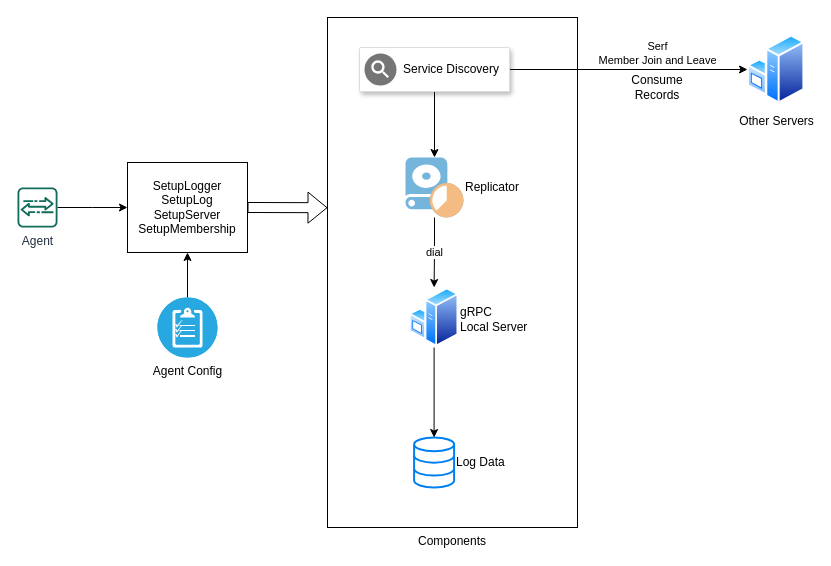
Before: page "Service Discovery" (4 of 5) of DistributedServicesWithGo/documents/DistributedServicesWithGo.drawio in utwoo/DistributedServicesWithGo, a draw.io diagram. Source tidied: cells renumbered, new cells numbered last; positions are measured from the earlier drawing's top-left corner, leaving out a move shared by most shapes. Both pictures are drawn from the tidied source at 100%, with x=0, y=0 at pixel (17, 17).
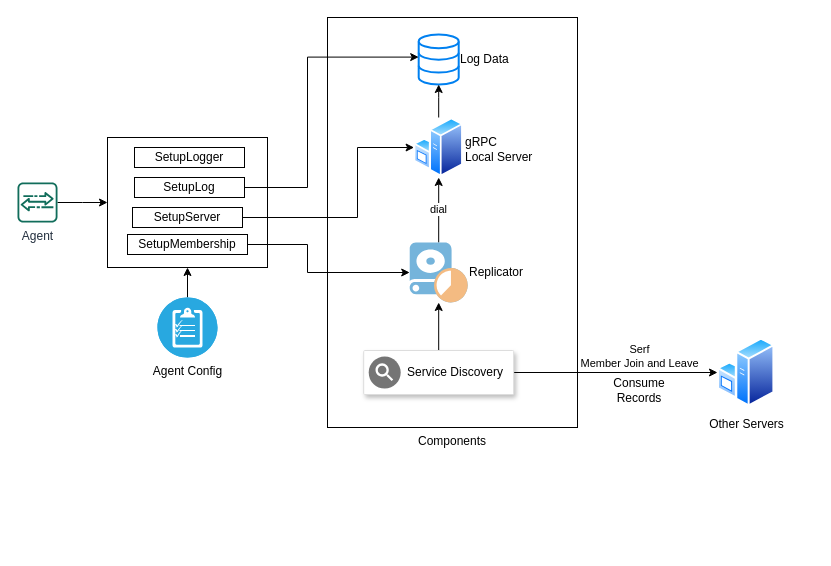
The same page after the edit.

Unchanged cells that the change refers to:
```xml
<mxCell id="7" value="Agent Config" style="fillColor=#28A8E0;verticalLabelPosition=bottom;html=1;strokeColor=#ffffff;verticalAlign=top;align=center;points=[[0.145,0.145,0],[0.5,0,0],[0.855,0.145,0],[1,0.5,0],[0.855,0.855,0],[0.5,1,0],[0.145,0.855,0],[0,0.5,0]];shape=mxgraph.cisco_safe.compositeIcon;bgIcon=ellipse;resIcon=mxgraph.cisco_safe.capability.policy_configuration;" parent="1" vertex="1">
  <mxGeometry x="140" y="280" width="60" height="60" as="geometry" />
</mxCell>
```

Change to the diagram source:
```diff
@@
+    <mxCell id="21" style="rounded=0;whiteSpace=wrap;html=1;" parent="1" vertex="1">
+      <mxGeometry x="90" y="120" width="160" height="130" as="geometry" />
+    </mxCell>
     <mxCell id="2" value="Components" style="rounded=0;whiteSpace=wrap;html=1;labelPosition=center;verticalLabelPosition=bottom;align=center;verticalAlign=top;" parent="1" vertex="1">
-      <mxGeometry x="310" width="250" height="510" as="geometry" />
+      <mxGeometry x="310" width="250" height="410" as="geometry" />
     </mxCell>
-    <mxCell id="3" style="edgeStyle=orthogonalEdgeStyle;rounded=0;jettySize=auto;html=1;entryX=0;entryY=0.5;entryDx=0;entryDy=0;" parent="1" edge="1" source="4" target="5">
-      <mxGeometry relative="1" as="geometry" />
-    </mxCell>
+    <mxCell id="22" style="edgeStyle=orthogonalEdgeStyle;rounded=0;jettySize=auto;html=1;entryX=0;entryY=0.5;entryDx=0;entryDy=0;" parent="1" edge="1" source="4" target="21">
+      <mxGeometry relative="1" as="geometry" />
+    </mxCell>
     <mxCell id="4" value="Agent" style="outlineConnect=0;fontColor=#232F3E;gradientColor=none;fillColor=#116D5B;strokeColor=none;dashed=0;verticalLabelPosition=bottom;verticalAlign=top;align=center;html=1;fontSize=12;fontStyle=0;shape=mxgraph.aws4.agent2;" parent="1" vertex="1">
-      <mxGeometry y="170" width="40" height="40" as="geometry" />
+      <mxGeometry y="165" width="40" height="40" as="geometry" />
     </mxCell>
+    <mxCell id="23" style="edgeStyle=orthogonalEdgeStyle;rounded=0;jettySize=auto;html=1;" parent="1" edge="1" source="5" target="12">
+      <mxGeometry relative="1" as="geometry">
+        <Array as="points">
+          <mxPoint x="290" y="227" />
+          <mxPoint x="290" y="255" />
+        </Array>
+      </mxGeometry>
+    </mxCell>
-    <mxCell id="5" value="SetupLogger&lt;br&gt;SetupLog&lt;br&gt;SetupServer&lt;br&gt;SetupMembership" style="rounded=0;whiteSpace=wrap;html=1;" parent="1" vertex="1">
-      <mxGeometry x="110" y="145" width="120" height="90" as="geometry" />
+    <mxCell id="5" value="SetupMembership" style="rounded=0;whiteSpace=wrap;html=1;" parent="1" vertex="1">
+      <mxGeometry x="110" y="217" width="120" height="20" as="geometry" />
     </mxCell>
-    <mxCell id="6" style="edgeStyle=orthogonalEdgeStyle;rounded=0;jettySize=auto;html=1;entryX=0.5;entryY=1;entryDx=0;entryDy=0;" parent="1" edge="1" source="7" target="5">
-      <mxGeometry relative="1" as="geometry" />
-    </mxCell>
+    <mxCell id="24" style="edgeStyle=orthogonalEdgeStyle;rounded=0;jettySize=auto;html=1;entryX=0.5;entryY=1;entryDx=0;entryDy=0;" parent="1" edge="1" source="7" target="21">
+      <mxGeometry relative="1" as="geometry" />
+    </mxCell>
@@
     <mxCell id="8" value="Log Data" style="html=1;verticalLabelPosition=middle;align=left;labelBackgroundColor=#ffffff;verticalAlign=middle;strokeWidth=2;strokeColor=#0080F0;shadow=0;dashed=0;shape=mxgraph.ios7.icons.data;labelPosition=right;" parent="1" vertex="1">
-      <mxGeometry x="396.6" y="420" width="40" height="50" as="geometry" />
+      <mxGeometry x="401.2" y="17" width="40" height="50" as="geometry" />
     </mxCell>
@@
     <mxCell id="10" value="gRPC &lt;br&gt;Local Server" style="perimeter=ellipsePerimeter;html=1;align=left;shadow=0;dashed=0;spacingTop=3;image;image=img/lib/active_directory/windows_server.svg;labelPosition=right;verticalLabelPosition=middle;verticalAlign=middle;" parent="1" vertex="1">
-      <mxGeometry x="392" y="270" width="49.2" height="60" as="geometry" />
+      <mxGeometry x="396.6" y="100" width="49.2" height="60" as="geometry" />
     </mxCell>
@@
     <mxCell id="12" value="Replicator" style="shadow=0;dashed=0;html=1;strokeColor=none;fillColor=#75B4DB;labelPosition=right;verticalLabelPosition=middle;verticalAlign=middle;align=left;outlineConnect=0;shape=mxgraph.veeam.volume_shadow_copy;" parent="1" vertex="1">
-      <mxGeometry x="388" y="140" width="58" height="60" as="geometry" />
+      <mxGeometry x="392.2" y="225" width="58" height="60" as="geometry" />
     </mxCell>
@@
     <mxCell id="16" style="strokeColor=#dddddd;shadow=1;strokeWidth=1;rounded=1;absoluteArcSize=1;arcSize=2;" parent="1" vertex="1">
-      <mxGeometry x="342" y="30" width="150" height="44" as="geometry" />
+      <mxGeometry x="346.2" y="333" width="150" height="44" as="geometry" />
     </mxCell>
@@
-    <mxCell id="18" style="shape=flexArrow;endArrow=classic;html=1;exitX=1;exitY=0.5;exitDx=0;exitDy=0;entryX=0;entryY=0.373;entryDx=0;entryDy=0;entryPerimeter=0;" parent="1" edge="1" source="5" target="2">
-      <mxGeometry relative="1" as="geometry" />
-    </mxCell>
     <mxCell id="19" value="Other Servers" style="perimeter=ellipsePerimeter;html=1;align=center;shadow=0;dashed=0;spacingTop=3;image;image=img/lib/active_directory/windows_server.svg;" parent="1" vertex="1">
-      <mxGeometry x="730" y="17" width="57.4" height="70" as="geometry" />
+      <mxGeometry x="700" y="320" width="57.4" height="70" as="geometry" />
     </mxCell>
     <mxCell id="20" value="Consume Records" style="text;html=1;strokeColor=none;fillColor=none;align=center;verticalAlign=middle;whiteSpace=wrap;rounded=0;" parent="1" vertex="1">
-      <mxGeometry x="620" y="60" width="40" height="20" as="geometry" />
+      <mxGeometry x="602" y="363" width="40" height="20" as="geometry" />
     </mxCell>
+    <mxCell id="25" value="SetupLogger" style="rounded=0;whiteSpace=wrap;html=1;" parent="1" vertex="1">
+      <mxGeometry x="117" y="130" width="110" height="20" as="geometry" />
+    </mxCell>
+    <mxCell id="26" style="edgeStyle=orthogonalEdgeStyle;rounded=0;jettySize=auto;html=1;entryX=0;entryY=0.452;entryDx=0;entryDy=0;entryPerimeter=0;" parent="1" edge="1" source="27" target="8">
+      <mxGeometry relative="1" as="geometry">
+        <Array as="points">
+          <mxPoint x="290" y="170" />
+          <mxPoint x="290" y="40" />
+        </Array>
+      </mxGeometry>
+    </mxCell>
+    <mxCell id="27" value="SetupLog" style="rounded=0;whiteSpace=wrap;html=1;" parent="1" vertex="1">
+      <mxGeometry x="117" y="160" width="110" height="20" as="geometry" />
+    </mxCell>
+    <mxCell id="28" style="edgeStyle=orthogonalEdgeStyle;rounded=0;jettySize=auto;html=1;entryX=0;entryY=0.5;entryDx=0;entryDy=0;" parent="1" edge="1" source="29" target="10">
+      <mxGeometry relative="1" as="geometry">
+        <Array as="points">
+          <mxPoint x="340" y="200" />
+          <mxPoint x="340" y="130" />
+        </Array>
+      </mxGeometry>
+    </mxCell>
+    <mxCell id="29" value="SetupServer" style="rounded=0;whiteSpace=wrap;html=1;" parent="1" vertex="1">
+      <mxGeometry x="115" y="190" width="110" height="20" as="geometry" />
+    </mxCell>
```
